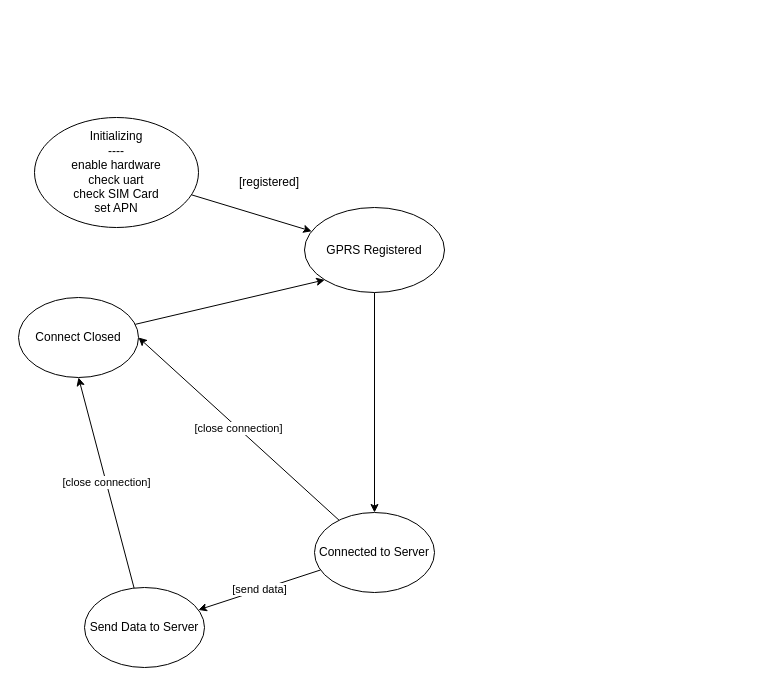
Before: docs/drawio/sim_state_machine.drawio in MariusSchmid/hekate-gateway, a draw.io diagram. Source tidied: cells renumbered, new cells numbered last; positions are measured from the earlier drawing's top-left corner, leaving out a move shared by most shapes. Both pictures are drawn from the tidied source at 100%, with x=0, y=0 at pixel (18, 117).
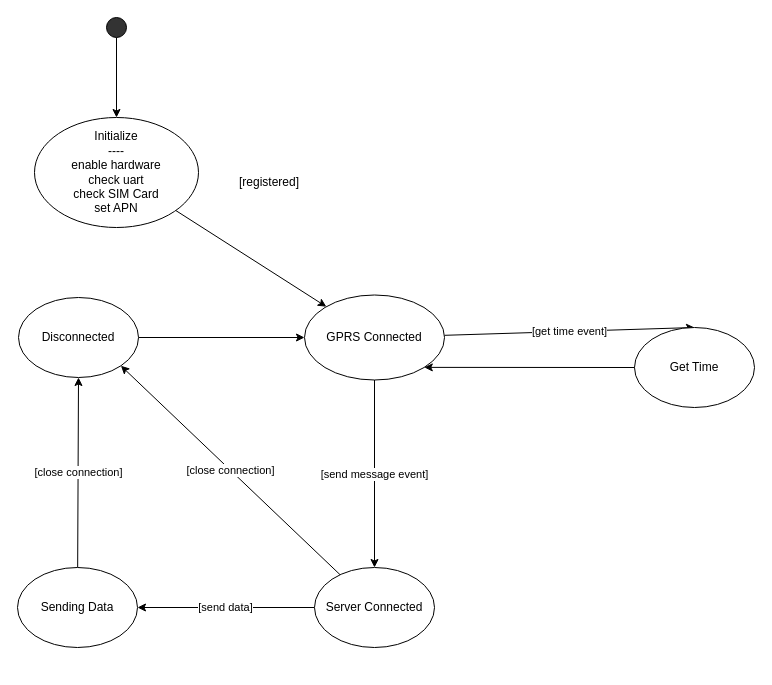
After the change.

What changed in the source:
```diff
@@
-    <mxCell id="3" value="Initializing&lt;div&gt;----&lt;/div&gt;&lt;div&gt;enable hardware&lt;/div&gt;&lt;div&gt;check uart&lt;/div&gt;&lt;div&gt;check SIM Card&lt;/div&gt;&lt;div&gt;set APN&lt;/div&gt;" style="ellipse;whiteSpace=wrap;html=1;" parent="1" vertex="1">
+    <mxCell id="3" value="Initialize&lt;div&gt;----&lt;/div&gt;&lt;div&gt;enable hardware&lt;/div&gt;&lt;div&gt;check uart&lt;/div&gt;&lt;div&gt;check SIM Card&lt;/div&gt;&lt;div&gt;set APN&lt;/div&gt;" style="ellipse;whiteSpace=wrap;html=1;" parent="1" vertex="1">
       <mxGeometry x="16" width="164" height="110" as="geometry" />
     </mxCell>
@@
-    <mxCell id="5" value="[close connection]" style="edgeStyle=none;rounded=0;jettySize=auto;html=1;entryX=1;entryY=0.5;entryDx=0;entryDy=0;" parent="1" edge="1" source="6" target="10">
+    <mxCell id="5" value="[close connection]" style="edgeStyle=none;rounded=0;jettySize=auto;html=1;entryX=1;entryY=1;entryDx=0;entryDy=0;" parent="1" edge="1" source="6" target="10">
       <mxGeometry relative="1" as="geometry" />
     </mxCell>
-    <mxCell id="6" value="Connected to Server" style="ellipse;whiteSpace=wrap;html=1;" parent="1" vertex="1">
-      <mxGeometry x="296" y="395" width="120" height="80" as="geometry" />
+    <mxCell id="6" value="Server Connected" style="ellipse;whiteSpace=wrap;html=1;" parent="1" vertex="1">
+      <mxGeometry x="296" y="450" width="120" height="80" as="geometry" />
     </mxCell>
@@
-    <mxCell id="8" value="Send Data to Server" style="ellipse;whiteSpace=wrap;html=1;" parent="1" vertex="1">
-      <mxGeometry x="66" y="470" width="120" height="80" as="geometry" />
+    <mxCell id="8" value="Sending Data" style="ellipse;whiteSpace=wrap;html=1;" parent="1" vertex="1">
+      <mxGeometry x="-1" y="450" width="120" height="80" as="geometry" />
     </mxCell>
-    <mxCell id="9" style="edgeStyle=none;rounded=0;jettySize=auto;html=1;entryX=0;entryY=1;entryDx=0;entryDy=0;" parent="1" edge="1" source="10" target="12">
+    <mxCell id="9" style="edgeStyle=none;rounded=0;jettySize=auto;html=1;entryX=0;entryY=0.5;entryDx=0;entryDy=0;" parent="1" edge="1" source="10" target="12">
       <mxGeometry relative="1" as="geometry" />
     </mxCell>
-    <mxCell id="10" value="Connect Closed" style="ellipse;whiteSpace=wrap;html=1;" parent="1" vertex="1">
+    <mxCell id="10" value="Disconnected" style="ellipse;whiteSpace=wrap;html=1;" parent="1" vertex="1">
       <mxGeometry y="180" width="120" height="80" as="geometry" />
     </mxCell>
-    <mxCell id="11" style="edgeStyle=none;rounded=0;jettySize=auto;html=1;entryX=0.5;entryY=0;entryDx=0;entryDy=0;" parent="1" edge="1" source="12" target="6">
+    <mxCell id="11" value="[send message event]" style="edgeStyle=none;rounded=0;jettySize=auto;html=1;entryX=0.5;entryY=0;entryDx=0;entryDy=0;" parent="1" edge="1" source="12" target="6">
       <mxGeometry relative="1" as="geometry" />
     </mxCell>
+    <mxCell id="15" value="[get time event]" style="rounded=0;jettySize=auto;html=1;entryX=0.5;entryY=0;entryDx=0;entryDy=0;" parent="1" edge="1" source="12" target="18">
+      <mxGeometry relative="1" as="geometry" />
+    </mxCell>
-    <mxCell id="12" value="GPRS Registered" style="ellipse;whiteSpace=wrap;html=1;" parent="1" vertex="1">
-      <mxGeometry x="286" y="90" width="140" height="85" as="geometry" />
+    <mxCell id="12" value="GPRS Connected" style="ellipse;whiteSpace=wrap;html=1;" parent="1" vertex="1">
+      <mxGeometry x="286" y="177.5" width="140" height="85" as="geometry" />
     </mxCell>
@@
+    <mxCell id="16" style="edgeStyle=orthogonalEdgeStyle;rounded=0;jettySize=auto;html=1;" parent="1" edge="1" source="17" target="3">
+      <mxGeometry relative="1" as="geometry" />
+    </mxCell>
+    <mxCell id="17" style="ellipse;whiteSpace=wrap;html=1;fillStyle=solid;fillColor=#333333;" parent="1" vertex="1">
+      <mxGeometry x="88" y="-100" width="20" height="20" as="geometry" />
+    </mxCell>
+    <mxCell id="18" value="Get Time" style="ellipse;whiteSpace=wrap;html=1;" parent="1" vertex="1">
+      <mxGeometry x="616" y="210" width="120" height="80" as="geometry" />
+    </mxCell>
+    <mxCell id="19" style="rounded=0;jettySize=auto;html=1;entryX=1;entryY=1;entryDx=0;entryDy=0;" parent="1" edge="1" source="18" target="12">
+      <mxGeometry relative="1" as="geometry" />
+    </mxCell>
```
